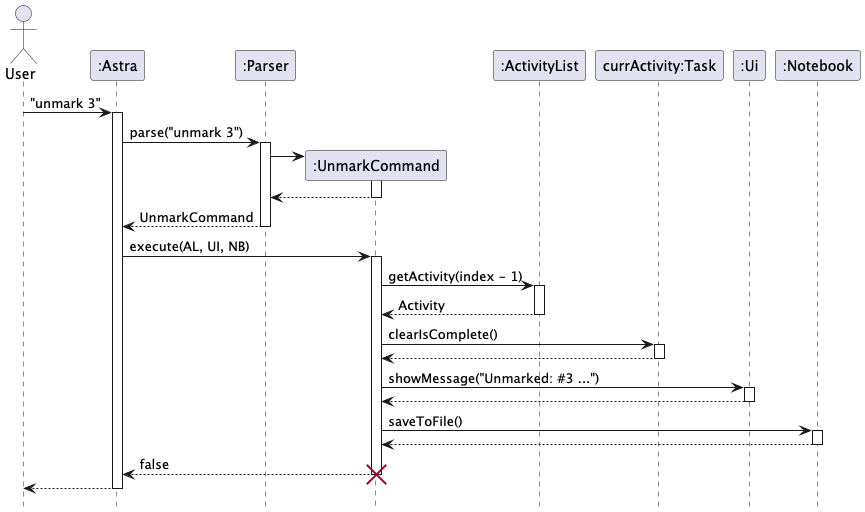
This is docs/images/unmark_sequence.png from Kennahh/tp, a PlantUML export, as it was before one commit.
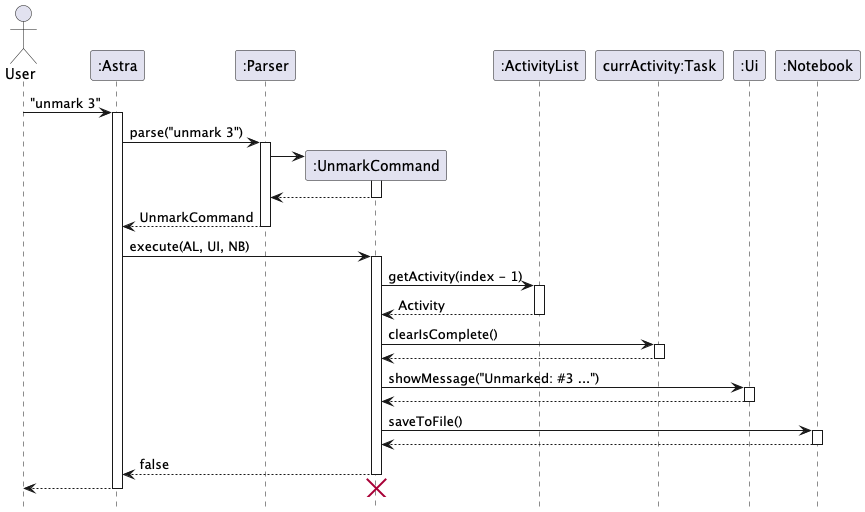
After the commit.

Change to the diagram source:
```diff
@@ -48,8 +48,9 @@
 
 return false
 deactivate UnmarkCommand
+
+Astra --> User
 destroy UnmarkCommand
-Astra --> User
 deactivate Astra
 
 @enduml
```
